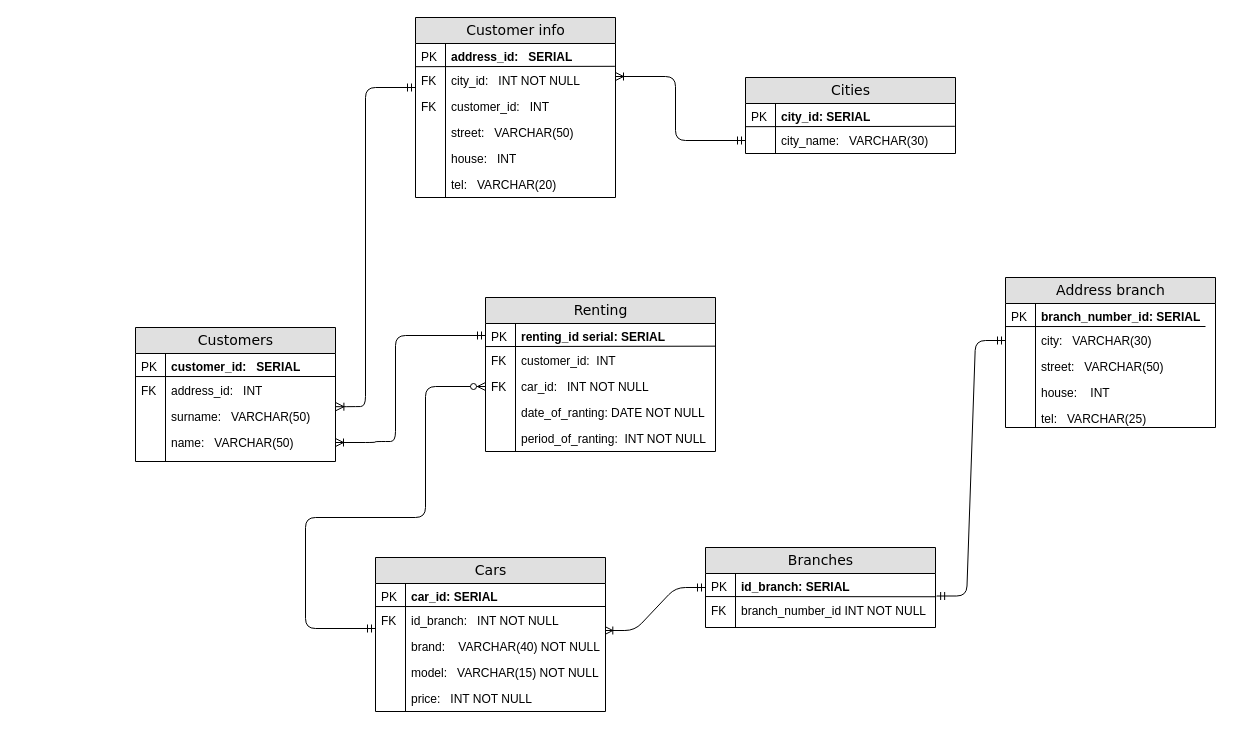
The draw.io diagram er_diagram/Untitled Diagram.drawio in Mariia-Kosorotykova/python-education, before the edit. Source tidied: cells renumbered, new cells numbered last; positions are measured from the earlier drawing's top-left corner, leaving out a move shared by most shapes. Both pictures are drawn from the tidied source at 100%, with x=0, y=0 at pixel (135, 17).
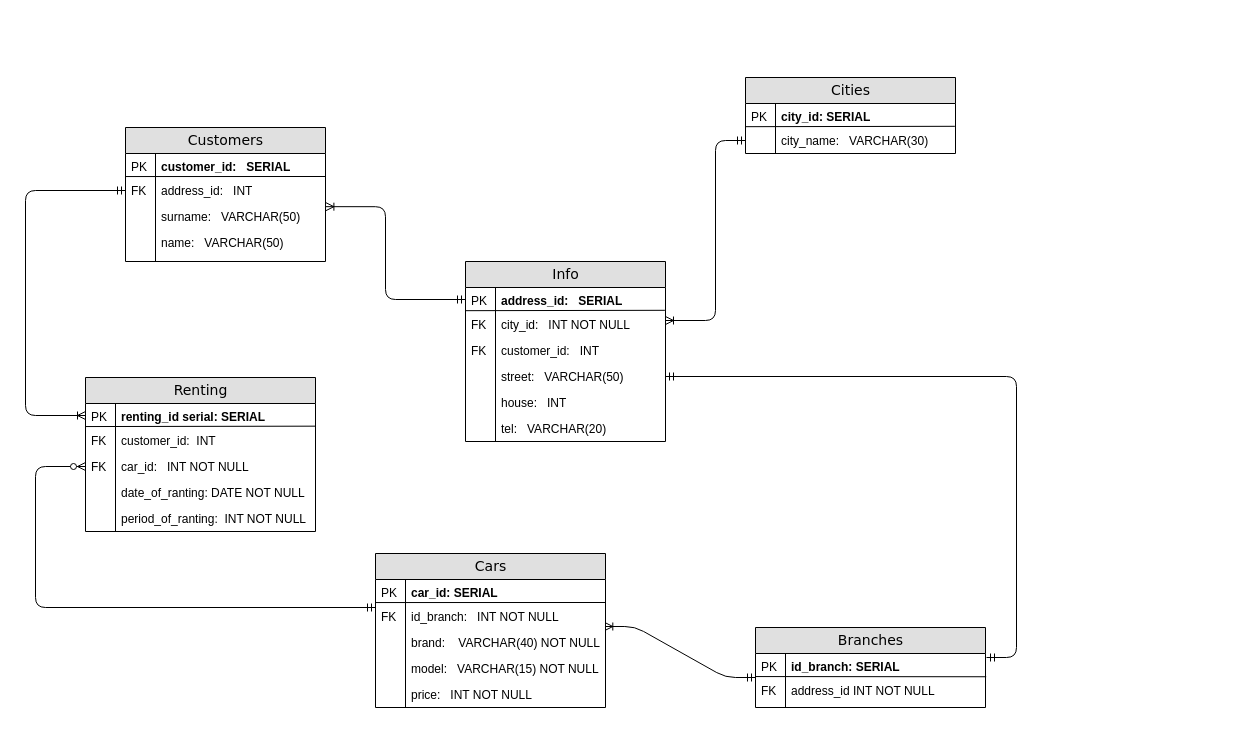
After the change.

Unchanged cells that the change refers to:
```xml
<mxCell id="9" value="address_id:&amp;nbsp; &amp;nbsp;INT" style="shape=partialRectangle;top=0;left=0;right=0;bottom=0;html=1;align=left;verticalAlign=top;fillColor=none;spacingLeft=34;spacingRight=4;whiteSpace=wrap;overflow=hidden;points=[[0,0.5],[1,0.5]];portConstraint=eastwest;" parent="6" vertex="1">
  <mxGeometry y="50" width="200" height="26" as="geometry" />
</mxCell>
<mxCell id="13" value="name:&amp;nbsp; &amp;nbsp;VARCHAR(50)" style="shape=partialRectangle;top=0;left=0;right=0;bottom=0;html=1;align=left;verticalAlign=top;fillColor=none;spacingLeft=34;spacingRight=4;whiteSpace=wrap;overflow=hidden;points=[[0,0.5],[1,0.5]];portConstraint=eastwest;" parent="6" vertex="1">
  <mxGeometry y="102" width="200" height="26" as="geometry" />
</mxCell>
<mxCell id="22" value="&lt;b&gt;address_id:&amp;nbsp; &amp;nbsp;SERIAL&lt;/b&gt;" style="shape=partialRectangle;top=0;left=0;right=0;bottom=0;html=1;align=left;verticalAlign=top;fillColor=none;spacingLeft=34;spacingRight=4;whiteSpace=wrap;overflow=hidden;points=[[0,0.5],[1,0.5]];portConstraint=eastwest;" parent="21" vertex="1">
  <mxGeometry y="26" width="200" height="24" as="geometry" />
</mxCell>
<mxCell id="24" value="city_id:&amp;nbsp; &amp;nbsp;INT NOT NULL" style="shape=partialRectangle;top=0;left=0;right=0;bottom=0;html=1;align=left;verticalAlign=top;fillColor=none;spacingLeft=34;spacingRight=4;whiteSpace=wrap;overflow=hidden;points=[[0,0.5],[1,0.5]];portConstraint=eastwest;" parent="21" vertex="1">
  <mxGeometry y="50" width="200" height="26" as="geometry" />
</mxCell>
<mxCell id="28" value="street:&amp;nbsp; &amp;nbsp;VARCHAR(50)" style="shape=partialRectangle;top=0;left=0;right=0;bottom=0;html=1;align=left;verticalAlign=top;fillColor=none;spacingLeft=34;spacingRight=4;whiteSpace=wrap;overflow=hidden;points=[[0,0.5],[1,0.5]];portConstraint=eastwest;" parent="21" vertex="1">
  <mxGeometry y="102" width="200" height="26" as="geometry" />
</mxCell>
<mxCell id="39" value="city_name:&amp;nbsp; &amp;nbsp;VARCHAR(30)" style="shape=partialRectangle;top=0;left=0;right=0;bottom=0;html=1;align=left;verticalAlign=top;fillColor=none;spacingLeft=34;spacingRight=4;whiteSpace=wrap;overflow=hidden;points=[[0,0.5],[1,0.5]];portConstraint=eastwest;" parent="36" vertex="1">
  <mxGeometry y="50" width="210" height="26" as="geometry" />
</mxCell>
<mxCell id="43" value="&lt;b&gt;renting_id serial: SERIAL&lt;/b&gt;" style="shape=partialRectangle;top=0;left=0;right=0;bottom=0;html=1;align=left;verticalAlign=top;fillColor=none;spacingLeft=34;spacingRight=4;whiteSpace=wrap;overflow=hidden;points=[[0,0.5],[1,0.5]];portConstraint=eastwest;" parent="42" vertex="1">
  <mxGeometry y="26" width="230" height="24" as="geometry" />
</mxCell>
<mxCell id="47" value="car_id:&amp;nbsp; &amp;nbsp;INT NOT NULL" style="shape=partialRectangle;top=0;left=0;right=0;bottom=0;html=1;align=left;verticalAlign=top;fillColor=none;spacingLeft=34;spacingRight=4;whiteSpace=wrap;overflow=hidden;points=[[0,0.5],[1,0.5]];portConstraint=eastwest;" parent="42" vertex="1">
  <mxGeometry y="76" width="230" height="26" as="geometry" />
</mxCell>
<mxCell id="57" value="id_branch:&amp;nbsp; &amp;nbsp;INT NOT NULL" style="shape=partialRectangle;top=0;left=0;right=0;bottom=0;html=1;align=left;verticalAlign=top;fillColor=none;spacingLeft=34;spacingRight=4;whiteSpace=wrap;overflow=hidden;points=[[0,0.5],[1,0.5]];portConstraint=eastwest;" parent="54" vertex="1">
  <mxGeometry y="50" width="230" height="26" as="geometry" />
</mxCell>
```

Diff of the diagram source:
```diff
@@
     <mxCell id="2" style="edgeStyle=orthogonalEdgeStyle;html=1;endArrow=ERzeroToMany;endFill=1;startArrow=ERmandOne;labelBackgroundColor=none;fontFamily=Verdana;fontSize=14;entryX=0;entryY=0.5;entryDx=0;entryDy=0;startFill=0;" parent="1" edge="1" source="57" target="47">
       <mxGeometry relative="1" as="geometry">
         <Array as="points">
-          <mxPoint x="170" y="611" />
-          <mxPoint x="170" y="500" />
-          <mxPoint x="290" y="500" />
-          <mxPoint x="290" y="369" />
+          <mxPoint x="-100" y="590" />
+          <mxPoint x="-100" y="449" />
         </Array>
       </mxGeometry>
     </mxCell>
     <mxCell id="3" style="edgeStyle=orthogonalEdgeStyle;html=1;endArrow=ERoneToMany;startArrow=ERmandOne;labelBackgroundColor=none;fontFamily=Verdana;fontSize=14;exitX=0;exitY=0.5;entryX=1;entryY=0.346;entryDx=0;entryDy=0;entryPerimeter=0;exitDx=0;exitDy=0;endFill=0;startFill=0;" parent="1" edge="1" source="39" target="24">
       <mxGeometry relative="1" as="geometry">
         <Array as="points">
-          <mxPoint x="540" y="123" />
-          <mxPoint x="540" y="59" />
+          <mxPoint x="580" y="123" />
+          <mxPoint x="580" y="303" />
         </Array>
       </mxGeometry>
     </mxCell>
     <mxCell id="4" style="edgeStyle=entityRelationEdgeStyle;html=1;endArrow=ERmandOne;startArrow=ERoneToMany;labelBackgroundColor=none;fontFamily=Verdana;fontSize=14;exitX=0.997;exitY=0.885;exitDx=0;exitDy=0;exitPerimeter=0;startFill=0;endFill=0;" parent="1" edge="1" source="57">
       <mxGeometry relative="1" as="geometry">
-        <mxPoint x="570" y="570" as="targetPoint" />
+        <mxPoint x="620" y="660" as="targetPoint" />
       </mxGeometry>
     </mxCell>
-    <mxCell id="5" style="edgeStyle=entityRelationEdgeStyle;html=1;endArrow=ERmandOne;startArrow=ERmandOne;labelBackgroundColor=none;fontFamily=Verdana;fontSize=14;entryX=0;entryY=0.5;exitX=1.005;exitY=-0.05;entryDx=0;entryDy=0;exitDx=0;exitDy=0;exitPerimeter=0;startFill=0;endFill=0;" parent="1" edge="1" source="69" target="75">
-      <mxGeometry relative="1" as="geometry" />
+    <mxCell id="5" style="edgeStyle=entityRelationEdgeStyle;html=1;endArrow=ERmandOne;startArrow=ERmandOne;labelBackgroundColor=none;fontFamily=Verdana;fontSize=14;startFill=0;endFill=0;entryX=1;entryY=0.5;entryDx=0;entryDy=0;" parent="1" edge="1" target="28">
+      <mxGeometry relative="1" as="geometry">
+        <mxPoint x="851" y="640" as="sourcePoint" />
+      </mxGeometry>
     </mxCell>
     <mxCell id="6" value="Customers" style="swimlane;html=1;fontStyle=0;horizontal=1;startSize=26;fillColor=#e0e0e0;swimlaneFillColor=#ffffff;align=center;rounded=0;shadow=0;comic=0;labelBackgroundColor=none;strokeWidth=1;fontFamily=Verdana;fontSize=14;" parent="1" vertex="1">
-      <mxGeometry y="310" width="200" height="134" as="geometry" />
+      <mxGeometry x="-10" y="110" width="200" height="134" as="geometry" />
     </mxCell>
@@
-    <mxCell id="18" style="edgeStyle=orthogonalEdgeStyle;html=1;endArrow=ERmandOne;endFill=0;labelBackgroundColor=none;fontFamily=Verdana;fontSize=14;exitX=1.002;exitY=1.122;exitDx=0;exitDy=0;exitPerimeter=0;startArrow=ERoneToMany;startFill=0;" parent="1" edge="1" source="9">
+    <mxCell id="18" style="edgeStyle=orthogonalEdgeStyle;html=1;endArrow=ERmandOne;endFill=0;labelBackgroundColor=none;fontFamily=Verdana;fontSize=14;exitX=1.002;exitY=1.122;exitDx=0;exitDy=0;exitPerimeter=0;startArrow=ERoneToMany;startFill=0;entryX=0;entryY=0.5;entryDx=0;entryDy=0;" parent="1" edge="1" source="9" target="22">
       <mxGeometry relative="1" as="geometry">
-        <mxPoint x="280" y="70" as="targetPoint" />
         <Array as="points">
-          <mxPoint x="210" y="389" />
-          <mxPoint x="230" y="389" />
-          <mxPoint x="230" y="70" />
+          <mxPoint x="250" y="189" />
+          <mxPoint x="250" y="282" />
         </Array>
       </mxGeometry>
     </mxCell>
-    <mxCell id="19" style="edgeStyle=orthogonalEdgeStyle;html=1;endArrow=ERmandOne;endFill=0;labelBackgroundColor=none;fontFamily=Verdana;fontSize=14;exitX=1;exitY=0.5;entryX=0;entryY=0.5;entryDx=0;entryDy=0;startArrow=ERoneToMany;startFill=0;" parent="1" edge="1" source="13" target="43">
+    <mxCell id="19" style="edgeStyle=orthogonalEdgeStyle;html=1;endArrow=ERoneToMany;endFill=0;labelBackgroundColor=none;fontFamily=Verdana;fontSize=14;exitX=0;exitY=0.5;entryX=0;entryY=0.5;entryDx=0;entryDy=0;startArrow=ERmandOne;startFill=0;exitDx=0;exitDy=0;" parent="1" edge="1" source="9" target="43">
       <mxGeometry relative="1" as="geometry">
         <Array as="points">
-          <mxPoint x="240" y="425" />
-          <mxPoint x="240" y="424" />
-          <mxPoint x="260" y="424" />
-          <mxPoint x="260" y="318" />
+          <mxPoint x="-110" y="173" />
+          <mxPoint x="-110" y="398" />
         </Array>
       </mxGeometry>
     </mxCell>
@@
-    <mxCell id="21" value="Customer info" style="swimlane;html=1;fontStyle=0;horizontal=1;startSize=26;fillColor=#e0e0e0;swimlaneFillColor=#ffffff;align=center;rounded=0;shadow=0;comic=0;labelBackgroundColor=none;strokeWidth=1;fontFamily=Verdana;fontSize=14;" parent="1" vertex="1">
-      <mxGeometry x="280" width="200" height="180" as="geometry" />
+    <mxCell id="21" value="Info" style="swimlane;html=1;fontStyle=0;horizontal=1;startSize=26;fillColor=#e0e0e0;swimlaneFillColor=#ffffff;align=center;rounded=0;shadow=0;comic=0;labelBackgroundColor=none;strokeWidth=1;fontFamily=Verdana;fontSize=14;" parent="1" vertex="1">
+      <mxGeometry x="330" y="244" width="200" height="180" as="geometry" />
     </mxCell>
@@
     <mxCell id="42" value="Renting" style="swimlane;html=1;fontStyle=0;horizontal=1;startSize=26;fillColor=#e0e0e0;swimlaneFillColor=#ffffff;align=center;rounded=0;shadow=0;comic=0;labelBackgroundColor=none;strokeWidth=1;fontFamily=Verdana;fontSize=14;" parent="1" vertex="1">
-      <mxGeometry x="350" y="280" width="230" height="154" as="geometry" />
+      <mxGeometry x="-50" y="360" width="230" height="154" as="geometry" />
     </mxCell>
@@
     <mxCell id="54" value="Cars" style="swimlane;html=1;fontStyle=0;horizontal=1;startSize=26;fillColor=#e0e0e0;swimlaneFillColor=#ffffff;align=center;rounded=0;shadow=0;comic=0;labelBackgroundColor=none;strokeWidth=1;fontFamily=Verdana;fontSize=14;" parent="1" vertex="1">
-      <mxGeometry x="240" y="540" width="230" height="154" as="geometry" />
+      <mxGeometry x="240" y="536" width="230" height="154" as="geometry" />
     </mxCell>
@@
     <mxCell id="66" value="Branches" style="swimlane;html=1;fontStyle=0;horizontal=1;startSize=26;fillColor=#e0e0e0;swimlaneFillColor=#ffffff;align=center;rounded=0;shadow=0;comic=0;labelBackgroundColor=none;strokeWidth=1;fontFamily=Verdana;fontSize=14;" parent="1" vertex="1">
-      <mxGeometry x="570" y="530" width="230" height="80" as="geometry" />
+      <mxGeometry x="620" y="610" width="230" height="80" as="geometry" />
     </mxCell>
@@
-    <mxCell id="69" value="branch_number_id INT NOT NULL" style="shape=partialRectangle;top=0;left=0;right=0;bottom=0;html=1;align=left;verticalAlign=top;fillColor=none;spacingLeft=34;spacingRight=4;whiteSpace=wrap;overflow=hidden;points=[[0,0.5],[1,0.5]];portConstraint=eastwest;" parent="66" vertex="1">
+    <mxCell id="69" value="address_id INT NOT NULL" style="shape=partialRectangle;top=0;left=0;right=0;bottom=0;html=1;align=left;verticalAlign=top;fillColor=none;spacingLeft=34;spacingRight=4;whiteSpace=wrap;overflow=hidden;points=[[0,0.5],[1,0.5]];portConstraint=eastwest;" parent="66" vertex="1">
       <mxGeometry y="50" width="230" height="30" as="geometry" />
     </mxCell>
@@
-    <mxCell id="72" value="Address branch" style="swimlane;html=1;fontStyle=0;horizontal=1;startSize=26;fillColor=#e0e0e0;swimlaneFillColor=#ffffff;align=center;rounded=0;shadow=0;comic=0;labelBackgroundColor=none;strokeWidth=1;fontFamily=Verdana;fontSize=14;" parent="1" vertex="1">
-      <mxGeometry x="870" y="260" width="210" height="150" as="geometry" />
-    </mxCell>
-    <mxCell id="73" value="&lt;b&gt;branch_number_id: SERIAL&lt;/b&gt;" style="shape=partialRectangle;top=0;left=0;right=0;bottom=0;html=1;align=left;verticalAlign=top;fillColor=none;spacingLeft=34;spacingRight=4;whiteSpace=wrap;overflow=hidden;points=[[0,0.5],[1,0.5]];portConstraint=eastwest;" parent="72" vertex="1">
-      <mxGeometry y="26" width="210" height="24" as="geometry" />
-    </mxCell>
-    <mxCell id="74" value="PK" style="shape=partialRectangle;top=0;left=0;bottom=0;html=1;fillColor=none;align=left;verticalAlign=top;spacingLeft=4;spacingRight=4;whiteSpace=wrap;overflow=hidden;" parent="73" vertex="1">
-      <mxGeometry width="30" height="24" as="geometry" />
-    </mxCell>
-    <mxCell id="75" value="city:&amp;nbsp; &amp;nbsp;VARCHAR(30)" style="shape=partialRectangle;top=0;left=0;right=0;bottom=0;html=1;align=left;verticalAlign=top;fillColor=none;spacingLeft=34;spacingRight=4;whiteSpace=wrap;overflow=hidden;points=[[0,0.5],[1,0.5]];portConstraint=eastwest;" parent="72" vertex="1">
-      <mxGeometry y="50" width="210" height="26" as="geometry" />
-    </mxCell>
-    <mxCell id="76" style="shape=partialRectangle;top=0;left=0;bottom=0;html=1;fillColor=none;align=left;verticalAlign=top;spacingLeft=4;spacingRight=4;whiteSpace=wrap;overflow=hidden;" parent="75" vertex="1">
-      <mxGeometry width="30" height="26" as="geometry" />
-    </mxCell>
-    <mxCell id="77" value="street:&amp;nbsp; &amp;nbsp;VARCHAR(50)" style="shape=partialRectangle;top=0;left=0;right=0;bottom=0;html=1;align=left;verticalAlign=top;fillColor=none;spacingLeft=34;spacingRight=4;whiteSpace=wrap;overflow=hidden;" parent="72" vertex="1">
-      <mxGeometry y="76" width="210" height="26" as="geometry" />
-    </mxCell>
-    <mxCell id="78" style="shape=partialRectangle;top=0;left=0;bottom=0;html=1;fillColor=none;align=left;verticalAlign=top;spacingLeft=4;spacingRight=4;whiteSpace=wrap;overflow=hidden;" parent="77" vertex="1">
-      <mxGeometry width="30" height="26" as="geometry" />
-    </mxCell>
-    <mxCell id="79" value="house:&amp;nbsp; &amp;nbsp; INT" style="shape=partialRectangle;top=0;left=0;right=0;bottom=0;html=1;align=left;verticalAlign=top;fillColor=none;spacingLeft=34;spacingRight=4;whiteSpace=wrap;overflow=hidden;" parent="72" vertex="1">
-      <mxGeometry y="102" width="210" height="26" as="geometry" />
-    </mxCell>
-    <mxCell id="80" style="shape=partialRectangle;top=0;left=0;bottom=0;html=1;fillColor=none;align=left;verticalAlign=top;spacingLeft=4;spacingRight=4;whiteSpace=wrap;overflow=hidden;" parent="79" vertex="1">
-      <mxGeometry width="30" height="26" as="geometry" />
-    </mxCell>
-    <mxCell id="81" value="tel:&amp;nbsp; &amp;nbsp;VARCHAR(25)" style="shape=partialRectangle;top=0;left=0;right=0;bottom=0;html=1;align=left;verticalAlign=top;fillColor=none;spacingLeft=34;spacingRight=4;whiteSpace=wrap;overflow=hidden;" parent="72" vertex="1">
-      <mxGeometry y="128" width="210" height="22" as="geometry" />
-    </mxCell>
-    <mxCell id="82" style="shape=partialRectangle;top=0;left=0;bottom=0;html=1;fillColor=none;align=left;verticalAlign=top;spacingLeft=4;spacingRight=4;whiteSpace=wrap;overflow=hidden;" parent="81" vertex="1">
-      <mxGeometry width="30" height="22" as="geometry" />
-    </mxCell>
-    <mxCell id="83" style="endArrow=none;html=1;exitX=-0.001;exitY=0.961;exitDx=0;exitDy=0;exitPerimeter=0;" parent="72" edge="1" source="73">
-      <mxGeometry relative="1" as="geometry">
-        <mxPoint x="200" y="49" as="targetPoint" />
-      </mxGeometry>
-    </mxCell>
```
